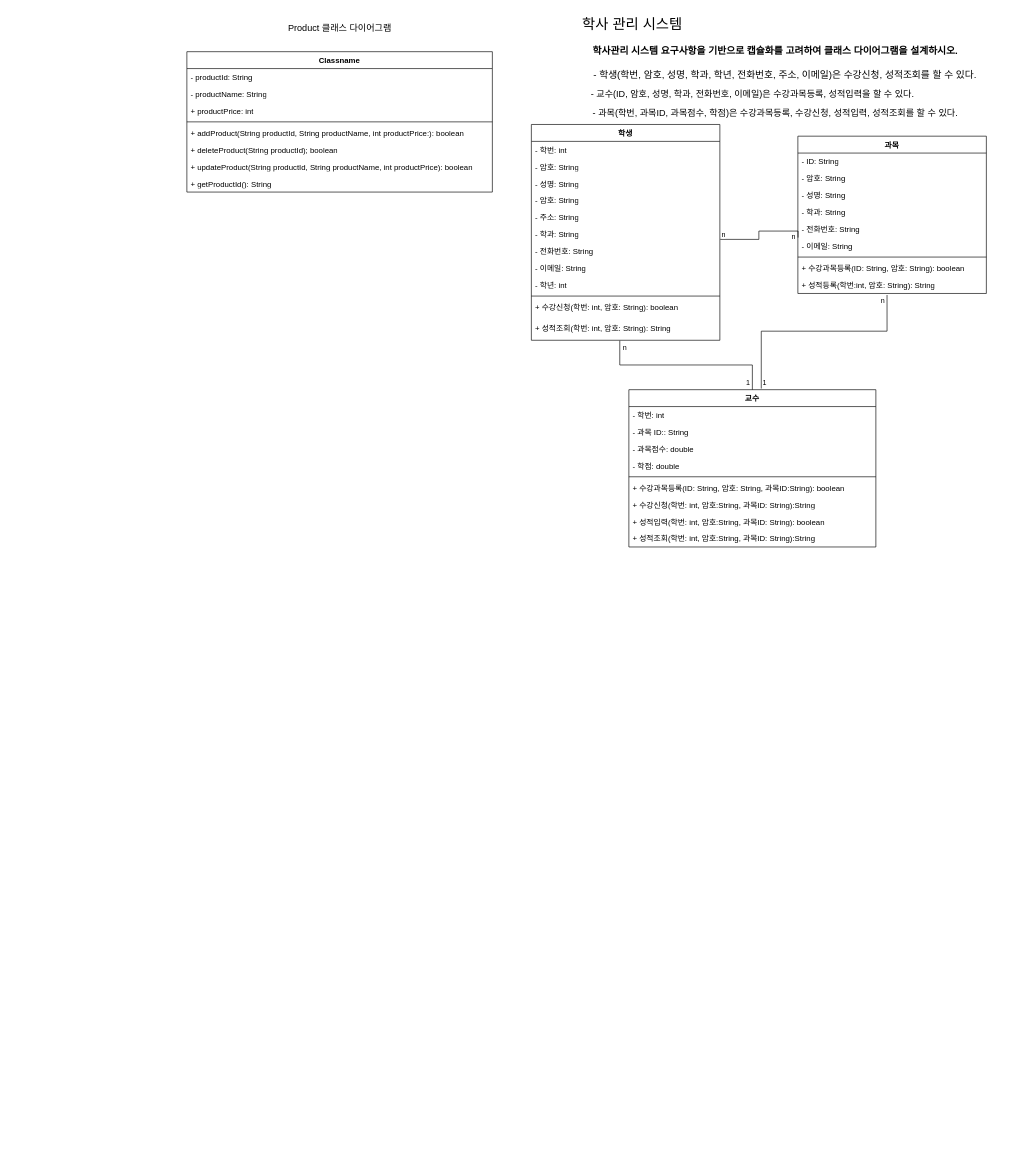
Above: 240926.drawio in nalynn0517/UML (draw.io), before the change. Source tidied: cells renumbered, new cells numbered last; positions are measured from the earlier drawing's top-left corner, leaving out a move shared by most shapes. Both pictures are drawn from the tidied source at 65%, with x=0, y=0 at pixel (187, 11).
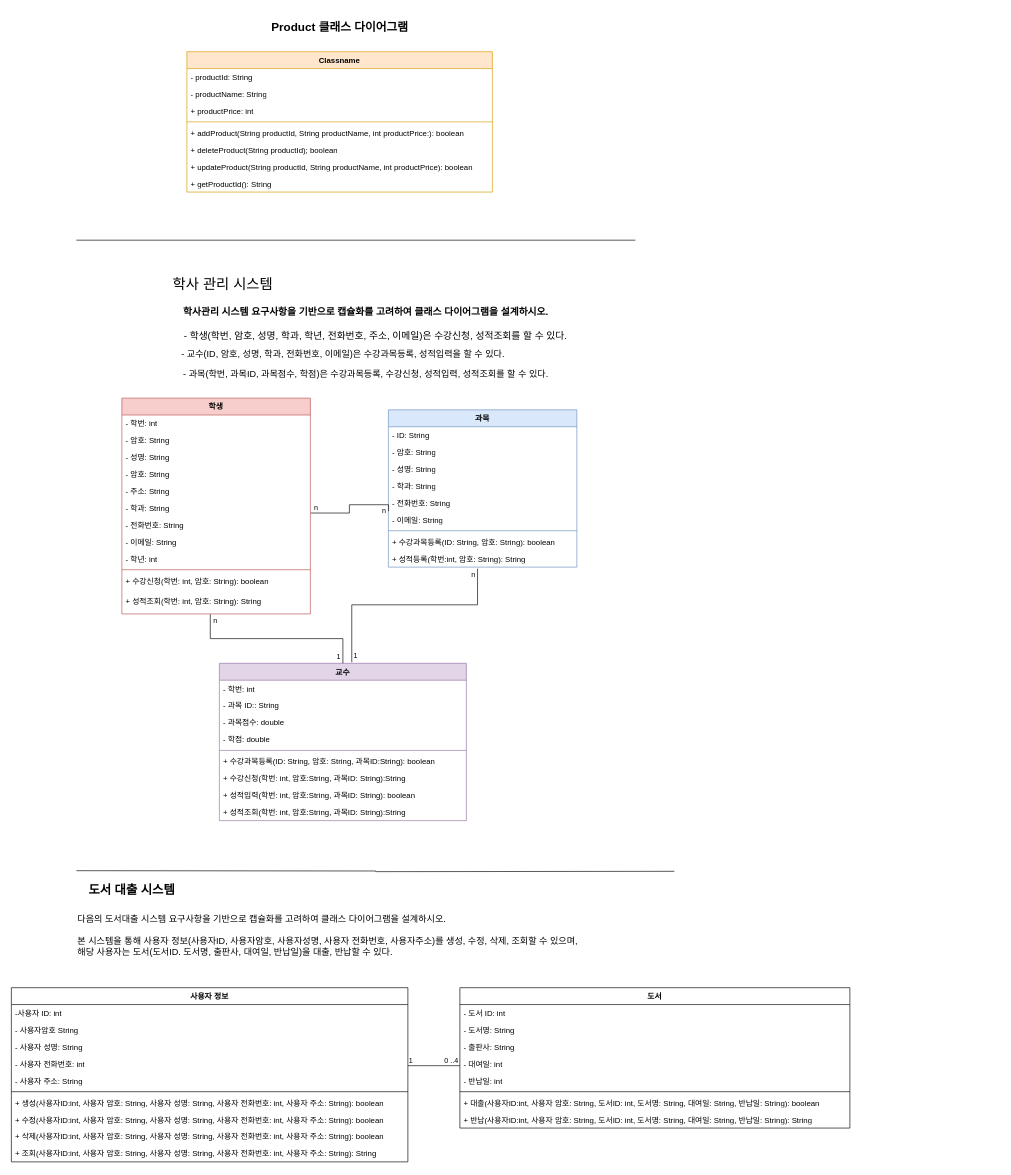
The same page after the edit.

The change refers to these unchanged cells:
```xml
<mxCell id="39" value="+ 성적등록(학번:int, 암호: String): String" style="text;strokeColor=none;fillColor=none;align=left;verticalAlign=top;spacingLeft=4;spacingRight=4;overflow=hidden;points=[[0,0.5],[1,0.5]];portConstraint=eastwest;whiteSpace=wrap;html=1;" parent="30" vertex="1">
  <mxGeometry y="216" width="290" height="26" as="geometry" />
</mxCell>
<mxCell id="50" style="endArrow=none;html=1;edgeStyle=orthogonalEdgeStyle;rounded=0;exitX=1.002;exitY=0.799;exitDx=0;exitDy=0;exitPerimeter=0;entryX=0.001;entryY=0;entryDx=0;entryDy=0;entryPerimeter=0;" parent="1" edge="1" source="23" target="36">
  <mxGeometry relative="1" as="geometry" />
</mxCell>
```

Change to the diagram source:
```diff
@@
-<mxGraphModel>
+<mxGraphModel background="#ffffff">
@@
-    <mxCell id="2" value="&lt;font style=&quot;font-size: 14px;&quot;&gt;Product 클래스 다이어그램&lt;/font&gt;" style="text;html=1;align=center;verticalAlign=middle;strokeColor=none;fillColor=none;" parent="1" vertex="1">
-      <mxGeometry x="140" y="10" width="190" height="30" as="geometry" />
+    <mxCell id="2" value="&lt;font size=&quot;1&quot; style=&quot;&quot;&gt;&lt;b style=&quot;font-size: 18px;&quot;&gt;Product 클래스 다이어그램&lt;/b&gt;&lt;/font&gt;" style="text;html=1;align=center;verticalAlign=middle;strokeColor=none;fillColor=none;" parent="1" vertex="1">
+      <mxGeometry x="110" y="5" width="250" height="40" as="geometry" />
     </mxCell>
-    <mxCell id="3" value="Classname" style="swimlane;fontStyle=1;align=center;verticalAlign=top;horizontal=1;startSize=26;whiteSpace=wrap;html=1;" parent="1" vertex="1">
+    <mxCell id="3" value="Classname" style="swimlane;fontStyle=1;align=center;verticalAlign=top;horizontal=1;startSize=26;whiteSpace=wrap;html=1;fillColor=#ffe6cc;strokeColor=#d79b00;" parent="1" vertex="1">
       <mxGeometry y="62" width="470" height="216" as="geometry" />
     </mxCell>
@@
     <mxCell id="12" value="&lt;font style=&quot;font-size: 22px;&quot;&gt;학사 관리 시스템&lt;/font&gt;" style="text;html=1;align=center;verticalAlign=middle;strokeColor=none;fillColor=none;fontSize=22;" parent="1" vertex="1">
-      <mxGeometry x="590" width="190" height="40" as="geometry" />
+      <mxGeometry x="-40" y="401" width="190" height="40" as="geometry" />
     </mxCell>
     <mxCell id="13" value="학사관리 시스템 요구사항을 기반으로 캡슐화를 고려하여 클래스 다이어그램을 설계하시오." style="text;html=1;align=center;verticalAlign=middle;strokeColor=none;fillColor=none;fontSize=15;fontStyle=1;" parent="1" vertex="1">
-      <mxGeometry x="590" y="45" width="630" height="30" as="geometry" />
+      <mxGeometry x="-40" y="446" width="630" height="30" as="geometry" />
     </mxCell>
     <mxCell id="14" value="- 학생(학번, 암호, 성명, 학과, 학년, 전화번호, 주소, 이메일)은 수강신청, 성적조회를 할 수 있다." style="text;html=1;align=center;verticalAlign=middle;strokeColor=none;fillColor=none;fontSize=15;" parent="1" vertex="1">
-      <mxGeometry x="590" y="82" width="660" height="30" as="geometry" />
+      <mxGeometry x="-40" y="483" width="660" height="30" as="geometry" />
     </mxCell>
     <mxCell id="15" value="- 교수(ID, 암호, 성명, 학과, 전화번호, 이메일)은 수강과목등록, 성적입력을 할 수 있다." style="text;html=1;align=center;verticalAlign=middle;strokeColor=none;fillColor=none;fontSize=14;" parent="1" vertex="1">
-      <mxGeometry x="590" y="112" width="560" height="30" as="geometry" />
+      <mxGeometry x="-40" y="513" width="560" height="30" as="geometry" />
     </mxCell>
     <mxCell id="16" value="- 과목(학번, 과목ID, 과목점수, 학점)은 수강과목등록, 수강신청, 성적입력, 성적조회를 할 수 있다." style="text;html=1;align=center;verticalAlign=middle;strokeColor=none;fillColor=none;fontSize=14;" parent="1" vertex="1">
-      <mxGeometry x="590" y="142" width="630" height="30" as="geometry" />
+      <mxGeometry x="-40" y="543" width="630" height="30" as="geometry" />
     </mxCell>
-    <mxCell id="17" value="학생" style="swimlane;fontStyle=1;align=center;verticalAlign=top;horizontal=1;startSize=26;whiteSpace=wrap;html=1;" parent="1" vertex="1">
-      <mxGeometry x="530" y="174" width="290" height="332" as="geometry" />
+    <mxCell id="17" value="학생" style="swimlane;fontStyle=1;align=center;verticalAlign=top;horizontal=1;startSize=26;whiteSpace=wrap;html=1;fillColor=#f8cecc;strokeColor=#b85450;" parent="1" vertex="1">
+      <mxGeometry x="-100" y="595" width="290" height="332" as="geometry" />
     </mxCell>
@@
-    <mxCell id="30" value="과목" style="swimlane;fontStyle=1;align=center;verticalAlign=top;horizontal=1;startSize=26;whiteSpace=wrap;html=1;" parent="1" vertex="1">
-      <mxGeometry x="940" y="192" width="290" height="242" as="geometry" />
+    <mxCell id="30" value="과목" style="swimlane;fontStyle=1;align=center;verticalAlign=top;horizontal=1;startSize=26;whiteSpace=wrap;html=1;fillColor=#dae8fc;strokeColor=#6c8ebf;" parent="1" vertex="1">
+      <mxGeometry x="310" y="613" width="290" height="242" as="geometry" />
     </mxCell>
@@
-    <mxCell id="40" value="교수" style="swimlane;fontStyle=1;align=center;verticalAlign=top;horizontal=1;startSize=26;whiteSpace=wrap;html=1;" parent="1" vertex="1">
-      <mxGeometry x="680" y="582" width="380" height="242" as="geometry" />
+    <mxCell id="40" value="교수" style="swimlane;fontStyle=1;align=center;verticalAlign=top;horizontal=1;startSize=26;whiteSpace=wrap;html=1;fillColor=#e1d5e7;strokeColor=#9673a6;" parent="1" vertex="1">
+      <mxGeometry x="50" y="1003" width="380" height="242" as="geometry" />
     </mxCell>
@@
     <mxCell id="51" value="n" style="edgeLabel;html=1;align=left;verticalAlign=bottom;" parent="50" vertex="1">
-      <mxGeometry x="-1" relative="1" as="geometry" />
+      <mxGeometry x="-1" relative="1" as="geometry">
+        <mxPoint x="3" y="-1" as="offset" />
+      </mxGeometry>
     </mxCell>
@@
     <mxCell id="56" style="endArrow=none;html=1;edgeStyle=orthogonalEdgeStyle;rounded=0;entryX=0.473;entryY=1.09;entryDx=0;entryDy=0;entryPerimeter=0;exitX=0.536;exitY=-0.007;exitDx=0;exitDy=0;exitPerimeter=0;" parent="1" edge="1" source="40" target="39">
       <mxGeometry relative="1" as="geometry">
         <Array as="points">
-          <mxPoint x="884" y="492" />
-          <mxPoint x="1077" y="492" />
+          <mxPoint x="254" y="913" />
+          <mxPoint x="447" y="913" />
         </Array>
       </mxGeometry>
     </mxCell>
     <mxCell id="57" value="1" style="edgeLabel;html=1;align=left;verticalAlign=bottom;" parent="56" vertex="1">
-      <mxGeometry x="-1" relative="1" as="geometry" />
+      <mxGeometry x="-1" relative="1" as="geometry">
+        <mxPoint x="1" y="-1" as="offset" />
+      </mxGeometry>
     </mxCell>
@@
+    <mxCell id="59" style="endArrow=none;html=1;edgeStyle=orthogonalEdgeStyle;rounded=0;" parent="1" edge="1">
+      <mxGeometry relative="1" as="geometry">
+        <mxPoint x="-170" y="352" as="sourcePoint" />
+        <mxPoint x="690" y="352" as="targetPoint" />
+      </mxGeometry>
+    </mxCell>
+    <mxCell id="60" style="endArrow=none;html=1;edgeStyle=orthogonalEdgeStyle;rounded=0;" parent="1" edge="1">
+      <mxGeometry relative="1" as="geometry">
+        <mxPoint x="-170" y="1322" as="sourcePoint" />
+        <mxPoint x="750" y="1323" as="targetPoint" />
+      </mxGeometry>
+    </mxCell>
+    <mxCell id="61" value="&lt;font style=&quot;font-size: 19px;&quot;&gt;&lt;b&gt;도서 대출 시스템&lt;/b&gt;&lt;/font&gt;" style="text;html=1;align=center;verticalAlign=middle;strokeColor=none;fillColor=none;" parent="1" vertex="1">
+      <mxGeometry x="-170" y="1332" width="170" height="40" as="geometry" />
+    </mxCell>
+    <mxCell id="62" value="다음의 도서대출 시스템 요구사항을 기반으로 캡슐화를 고려하여 클래스 다이어그램을 설계하시오.&lt;div style=&quot;font-size: 14px;&quot;&gt;&lt;br style=&quot;font-size: 14px;&quot;&gt;&lt;/div&gt;&lt;div style=&quot;font-size: 14px;&quot;&gt;본 시스템을 통해 사용자 정보(사용자ID, 사용자암호, 사용자성명, 사용자 전화번호, 사용자주소)를 생성, 수정, 삭제, 조회할 수 있으며,&lt;/div&gt;&lt;div style=&quot;font-size: 14px;&quot;&gt;해당 사용자는 도서(도서ID. 도서명, 출판사, 대여일, 반납일)을 대출, 반납할 수 있다.&lt;/div&gt;" style="text;html=1;align=left;verticalAlign=middle;strokeColor=none;fillColor=none;fontSize=14;" parent="1" vertex="1">
+      <mxGeometry x="-170" y="1382" width="850" height="80" as="geometry" />
+    </mxCell>
+    <mxCell id="63" value="사용자 정보" style="swimlane;fontStyle=1;align=center;verticalAlign=top;horizontal=1;startSize=26;whiteSpace=wrap;html=1;" parent="1" vertex="1">
+      <mxGeometry x="-270" y="1502" width="610" height="268" as="geometry" />
+    </mxCell>
+    <mxCell id="64" value="-사용자 ID: int" style="text;strokeColor=none;fillColor=none;align=left;verticalAlign=top;spacingLeft=4;spacingRight=4;overflow=hidden;whiteSpace=wrap;html=1;" parent="63" vertex="1">
+      <mxGeometry y="26" width="610" height="26" as="geometry" />
+    </mxCell>
+    <mxCell id="65" value="- 사용자암호 String" style="text;strokeColor=none;fillColor=none;align=left;verticalAlign=top;spacingLeft=4;spacingRight=4;overflow=hidden;whiteSpace=wrap;html=1;" parent="63" vertex="1">
+      <mxGeometry y="52" width="610" height="26" as="geometry" />
+    </mxCell>
+    <mxCell id="66" value="- 사용자 성명: String" style="text;strokeColor=none;fillColor=none;align=left;verticalAlign=top;spacingLeft=4;spacingRight=4;overflow=hidden;whiteSpace=wrap;html=1;" parent="63" vertex="1">
+      <mxGeometry y="78" width="610" height="26" as="geometry" />
+    </mxCell>
+    <mxCell id="67" value="- 사용자 전화번호: int" style="text;strokeColor=none;fillColor=none;align=left;verticalAlign=top;spacingLeft=4;spacingRight=4;overflow=hidden;whiteSpace=wrap;html=1;" parent="63" vertex="1">
+      <mxGeometry y="104" width="610" height="26" as="geometry" />
+    </mxCell>
+    <mxCell id="68" value="- 사용자 주소: String" style="text;strokeColor=none;fillColor=none;align=left;verticalAlign=top;spacingLeft=4;spacingRight=4;overflow=hidden;whiteSpace=wrap;html=1;" parent="63" vertex="1">
+      <mxGeometry y="130" width="610" height="26" as="geometry" />
+    </mxCell>
+    <mxCell id="69" style="line;strokeWidth=1;fillColor=none;align=left;verticalAlign=middle;spacingTop=-1;spacingLeft=3;spacingRight=3;labelPosition=right;strokeColor=inherit;" parent="63" vertex="1">
+      <mxGeometry y="156" width="610" height="8" as="geometry" />
+    </mxCell>
+    <mxCell id="70" value="+ 생성(사용자ID:int, 사용자 암호: String, 사용자 성명: String, 사용자 전화번호: int, 사용자 주소: String): boolean" style="text;strokeColor=none;fillColor=none;align=left;verticalAlign=top;spacingLeft=4;spacingRight=4;overflow=hidden;whiteSpace=wrap;html=1;" parent="63" vertex="1">
+      <mxGeometry y="164" width="610" height="26" as="geometry" />
+    </mxCell>
+    <mxCell id="71" value="+ 수정(사용자ID:int, 사용자 암호: String, 사용자 성명: String, 사용자 전화번호: int, 사용자 주소: String): boolean" style="text;strokeColor=none;fillColor=none;align=left;verticalAlign=top;spacingLeft=4;spacingRight=4;overflow=hidden;whiteSpace=wrap;html=1;" parent="63" vertex="1">
+      <mxGeometry y="190" width="610" height="26" as="geometry" />
+    </mxCell>
+    <mxCell id="72" value="+ 삭제(사용자ID:int, 사용자 암호: String, 사용자 성명: String, 사용자 전화번호: int, 사용자 주소: String): boolean" style="text;strokeColor=none;fillColor=none;align=left;verticalAlign=top;spacingLeft=4;spacingRight=4;overflow=hidden;whiteSpace=wrap;html=1;" parent="63" vertex="1">
+      <mxGeometry y="216" width="610" height="26" as="geometry" />
+    </mxCell>
+    <mxCell id="73" value="+ 조회(사용자ID:int, 사용자 암호: String, 사용자 성명: String, 사용자 전화번호: int, 사용자 주소: String): String" style="text;strokeColor=none;fillColor=none;align=left;verticalAlign=top;spacingLeft=4;spacingRight=4;overflow=hidden;whiteSpace=wrap;html=1;" parent="63" vertex="1">
+      <mxGeometry y="242" width="610" height="26" as="geometry" />
+    </mxCell>
+    <mxCell id="74" value="도서" style="swimlane;fontStyle=1;align=center;verticalAlign=top;horizontal=1;startSize=26;whiteSpace=wrap;html=1;" parent="1" vertex="1">
+      <mxGeometry x="420" y="1502" width="600" height="216" as="geometry" />
+    </mxCell>
+    <mxCell id="75" value="- 도서 ID: int&amp;nbsp;" style="text;strokeColor=none;fillColor=none;align=left;verticalAlign=top;spacingLeft=4;spacingRight=4;overflow=hidden;whiteSpace=wrap;html=1;" parent="74" vertex="1">
+      <mxGeometry y="26" width="600" height="26" as="geometry" />
+    </mxCell>
+    <mxCell id="76" value="- 도서명: String" style="text;strokeColor=none;fillColor=none;align=left;verticalAlign=top;spacingLeft=4;spacingRight=4;overflow=hidden;whiteSpace=wrap;html=1;" parent="74" vertex="1">
+      <mxGeometry y="52" width="600" height="26" as="geometry" />
+    </mxCell>
+    <mxCell id="77" value="- 출판사: String" style="text;strokeColor=none;fillColor=none;align=left;verticalAlign=top;spacingLeft=4;spacingRight=4;overflow=hidden;whiteSpace=wrap;html=1;" parent="74" vertex="1">
+      <mxGeometry y="78" width="600" height="26" as="geometry" />
+    </mxCell>
+    <mxCell id="78" value="- 대여일: int" style="text;strokeColor=none;fillColor=none;align=left;verticalAlign=top;spacingLeft=4;spacingRight=4;overflow=hidden;whiteSpace=wrap;html=1;" parent="74" vertex="1">
+      <mxGeometry y="104" width="600" height="26" as="geometry" />
+    </mxCell>
+    <mxCell id="79" value="- 반납일: int" style="text;strokeColor=none;fillColor=none;align=left;verticalAlign=top;spacingLeft=4;spacingRight=4;overflow=hidden;whiteSpace=wrap;html=1;" parent="74" vertex="1">
+      <mxGeometry y="130" width="600" height="26" as="geometry" />
+    </mxCell>
+    <mxCell id="80" style="line;strokeWidth=1;fillColor=none;align=left;verticalAlign=middle;spacingTop=-1;spacingLeft=3;spacingRight=3;labelPosition=right;strokeColor=inherit;" parent="74" vertex="1">
+      <mxGeometry y="156" width="600" height="8" as="geometry" />
+    </mxCell>
+    <mxCell id="81" value="+ 대출(사용자ID:int, 사용자 암호: String, 도서ID: int, 도서명: String, 대여일: String, 반납일: String): boolean" style="text;strokeColor=none;fillColor=none;align=left;verticalAlign=top;spacingLeft=4;spacingRight=4;overflow=hidden;whiteSpace=wrap;html=1;" parent="74" vertex="1">
+      <mxGeometry y="164" width="600" height="26" as="geometry" />
+    </mxCell>
+    <mxCell id="82" value="+ 반납(사용자ID:int, 사용자 암호: String, 도서ID: int, 도서명: String, 대여일: String, 반납일: String): String" style="text;strokeColor=none;fillColor=none;align=left;verticalAlign=top;spacingLeft=4;spacingRight=4;overflow=hidden;whiteSpace=wrap;html=1;" parent="74" vertex="1">
+      <mxGeometry y="190" width="600" height="26" as="geometry" />
+    </mxCell>
+    <mxCell id="83" style="endArrow=none;html=1;edgeStyle=orthogonalEdgeStyle;rounded=0;" parent="1" edge="1">
+      <mxGeometry relative="1" as="geometry">
+        <mxPoint x="340" y="1622" as="sourcePoint" />
+        <mxPoint x="420" y="1622" as="targetPoint" />
+      </mxGeometry>
+    </mxCell>
+    <mxCell id="84" value="1" style="edgeLabel;html=1;align=left;verticalAlign=bottom;" parent="83" vertex="1">
+      <mxGeometry x="-1" relative="1" as="geometry" />
+    </mxCell>
+    <mxCell id="85" value="0 ..4" style="edgeLabel;html=1;align=right;verticalAlign=bottom;" parent="83" vertex="1">
+      <mxGeometry x="1" relative="1" as="geometry">
+        <mxPoint x="-2" as="offset" />
+      </mxGeometry>
+    </mxCell>
```
